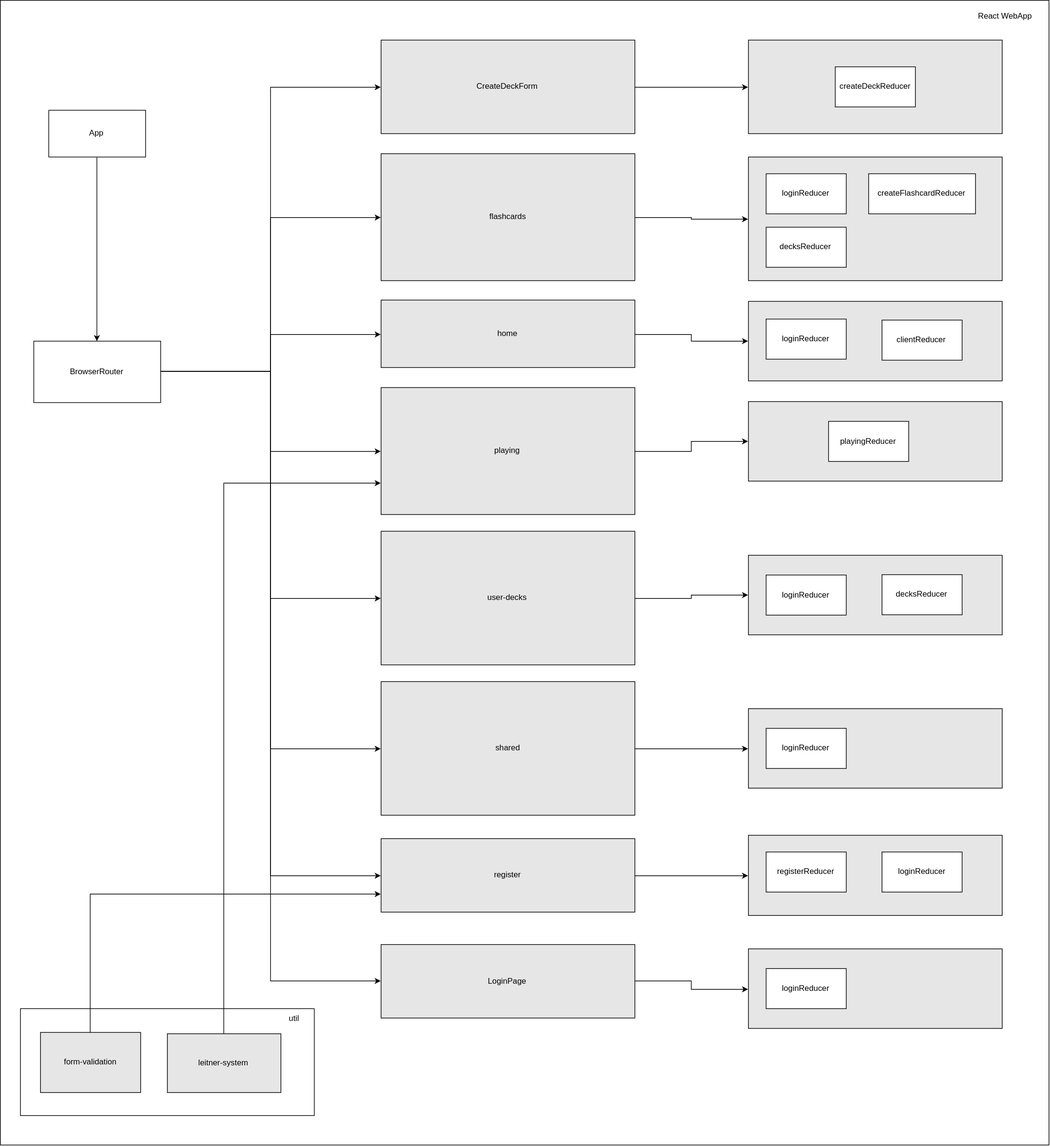
JorisNijkamp1/Apprend keeps this draw.io diagram as Documentatie/C4 model - React Native App Component.svg. Above is the earlier version. Source tidied: cells renumbered, new cells last; positions are measured from the earlier drawing's top-left corner, leaving out a move shared by most shapes.
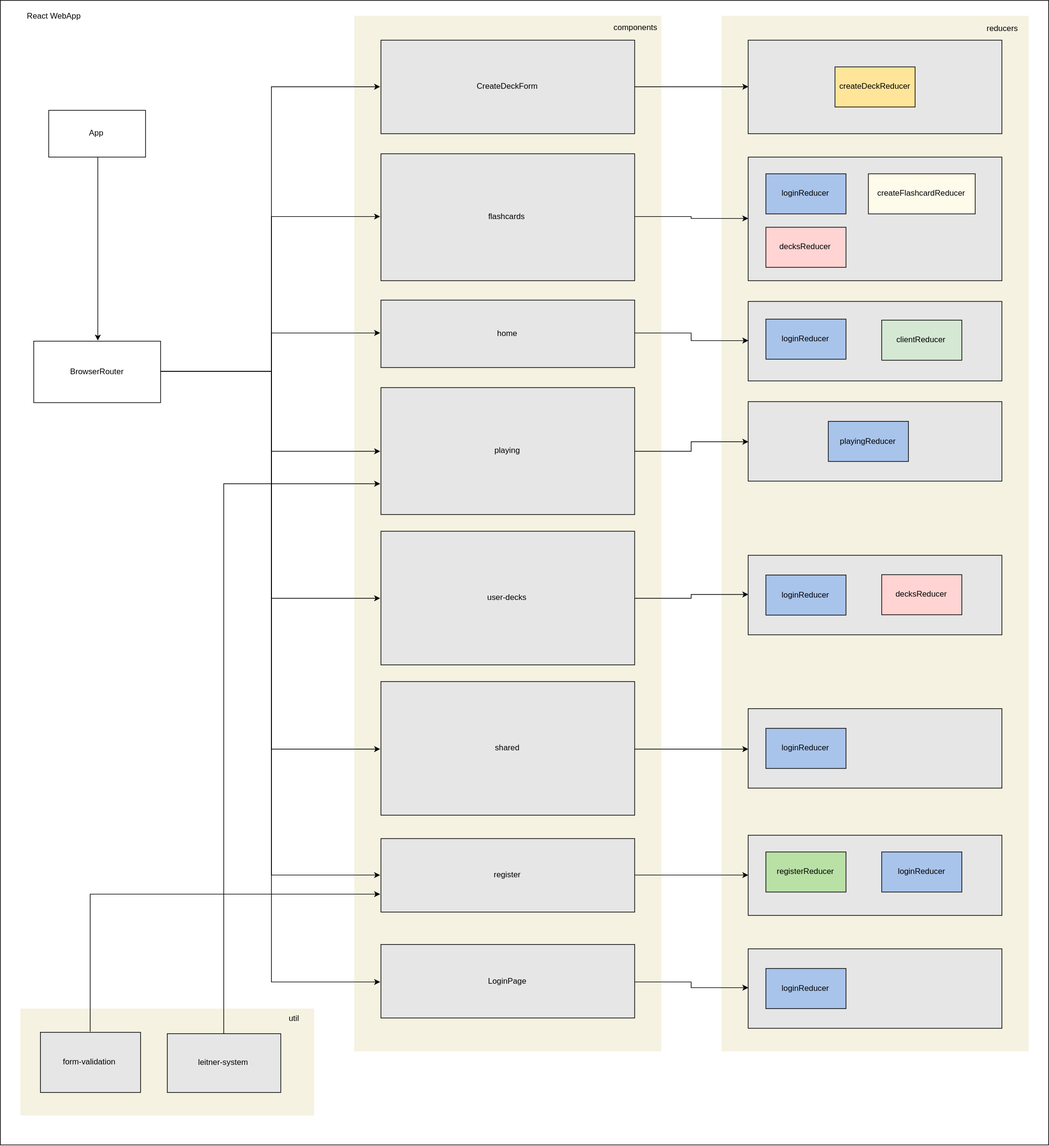
The same file after the commit.

What changed in the source:
```diff
@@ -5,8 +5,14 @@
     <mxCell id="2" style="rounded=0;whiteSpace=wrap;html=1;fillColor=#FFFFFF;" parent="1" vertex="1">
       <mxGeometry width="1570" height="1713" as="geometry" />
     </mxCell>
+    <mxCell id="58" style="rounded=0;whiteSpace=wrap;html=1;fillColor=#F5F2E1;shadow=0;strokeColor=none;" parent="1" vertex="1">
+      <mxGeometry x="1080" y="23" width="460" height="1550" as="geometry" />
+    </mxCell>
+    <mxCell id="59" style="rounded=0;whiteSpace=wrap;html=1;fillColor=#F5F2E1;shadow=0;strokeColor=none;" parent="1" vertex="1">
+      <mxGeometry x="530" y="23" width="460" height="1550" as="geometry" />
+    </mxCell>
     <mxCell id="3" value="React WebApp&lt;br&gt;" style="text;html=1;strokeColor=none;fillColor=none;align=center;verticalAlign=middle;whiteSpace=wrap;rounded=0;" parent="1" vertex="1">
-      <mxGeometry x="1450" y="13" width="110" height="20" as="geometry" />
+      <mxGeometry x="25" y="13" width="110" height="20" as="geometry" />
     </mxCell>
     <mxCell id="4" style="edgeStyle=orthogonalEdgeStyle;rounded=0;jettySize=auto;html=1;exitX=1;exitY=0.5;exitDx=0;exitDy=0;entryX=0;entryY=0.5;entryDx=0;entryDy=0;" parent="1" edge="1" source="5" target="20">
       <mxGeometry relative="1" as="geometry" />
@@ -59,67 +65,67 @@
     <mxCell id="20" style="rounded=0;whiteSpace=wrap;html=1;fillColor=#E6E6E6;" parent="1" vertex="1">
       <mxGeometry x="1120" y="59.5" width="380" height="140" as="geometry" />
     </mxCell>
-    <mxCell id="21" value="createDeckReducer" style="rounded=0;whiteSpace=wrap;html=1;fillColor=#FFFFFF;" parent="1" vertex="1">
+    <mxCell id="21" value="createDeckReducer" style="rounded=0;whiteSpace=wrap;html=1;fillColor=#FFE599;" parent="1" vertex="1">
       <mxGeometry x="1250" y="99.5" width="120" height="60" as="geometry" />
     </mxCell>
     <mxCell id="22" style="rounded=0;whiteSpace=wrap;html=1;fillColor=#E6E6E6;" parent="1" vertex="1">
       <mxGeometry x="1120" y="234.5" width="380" height="185" as="geometry" />
     </mxCell>
-    <mxCell id="23" value="loginReducer" style="rounded=0;whiteSpace=wrap;html=1;fillColor=#FFFFFF;" parent="1" vertex="1">
+    <mxCell id="23" value="loginReducer" style="rounded=0;whiteSpace=wrap;html=1;fillColor=#A9C4EB;" parent="1" vertex="1">
       <mxGeometry x="1146.5" y="259.5" width="120" height="60" as="geometry" />
     </mxCell>
-    <mxCell id="24" value="createFlashcardReducer" style="rounded=0;whiteSpace=wrap;html=1;fillColor=#FFFFFF;" parent="1" vertex="1">
+    <mxCell id="24" value="createFlashcardReducer" style="rounded=0;whiteSpace=wrap;html=1;fillColor=#FFFBEB;" parent="1" vertex="1">
       <mxGeometry x="1300" y="259.5" width="160" height="60" as="geometry" />
     </mxCell>
-    <mxCell id="25" value="decksReducer" style="rounded=0;whiteSpace=wrap;html=1;fillColor=#FFFFFF;" parent="1" vertex="1">
+    <mxCell id="25" value="decksReducer" style="rounded=0;whiteSpace=wrap;html=1;fillColor=#FFD4D2;" parent="1" vertex="1">
       <mxGeometry x="1146.5" y="339.5" width="120" height="60" as="geometry" />
     </mxCell>
     <mxCell id="26" style="rounded=0;whiteSpace=wrap;html=1;fillColor=#E6E6E6;" parent="1" vertex="1">
       <mxGeometry x="1120" y="450.5" width="380" height="119" as="geometry" />
     </mxCell>
-    <mxCell id="27" value="loginReducer" style="rounded=0;whiteSpace=wrap;html=1;fillColor=#FFFFFF;" parent="1" vertex="1">
+    <mxCell id="27" value="loginReducer" style="rounded=0;whiteSpace=wrap;html=1;fillColor=#A9C4EB;" parent="1" vertex="1">
       <mxGeometry x="1146.5" y="477" width="120" height="60" as="geometry" />
     </mxCell>
-    <mxCell id="28" value="clientReducer" style="rounded=0;whiteSpace=wrap;html=1;fillColor=#FFFFFF;" parent="1" vertex="1">
+    <mxCell id="28" value="clientReducer" style="rounded=0;whiteSpace=wrap;html=1;fillColor=#D5E8D4;" parent="1" vertex="1">
       <mxGeometry x="1320" y="478.5" width="120" height="60" as="geometry" />
     </mxCell>
     <mxCell id="29" style="rounded=0;whiteSpace=wrap;html=1;fillColor=#E6E6E6;" parent="1" vertex="1">
       <mxGeometry x="1120" y="600.5" width="380" height="119" as="geometry" />
     </mxCell>
-    <mxCell id="30" value="playingReducer" style="rounded=0;whiteSpace=wrap;html=1;fillColor=#FFFFFF;" parent="1" vertex="1">
+    <mxCell id="30" value="playingReducer" style="rounded=0;whiteSpace=wrap;html=1;fillColor=#A9C4EB;" parent="1" vertex="1">
       <mxGeometry x="1240" y="630" width="120" height="60" as="geometry" />
     </mxCell>
     <mxCell id="31" style="rounded=0;whiteSpace=wrap;html=1;fillColor=#E6E6E6;" parent="1" vertex="1">
       <mxGeometry x="1120" y="1249.5" width="380" height="120" as="geometry" />
     </mxCell>
-    <mxCell id="32" value="loginReducer" style="rounded=0;whiteSpace=wrap;html=1;fillColor=#FFFFFF;" parent="1" vertex="1">
+    <mxCell id="32" value="loginReducer" style="rounded=0;whiteSpace=wrap;html=1;fillColor=#A9C4EB;" parent="1" vertex="1">
       <mxGeometry x="1320" y="1274.5" width="120" height="60" as="geometry" />
     </mxCell>
-    <mxCell id="33" value="registerReducer" style="rounded=0;whiteSpace=wrap;html=1;fillColor=#FFFFFF;" parent="1" vertex="1">
+    <mxCell id="33" value="registerReducer" style="rounded=0;whiteSpace=wrap;html=1;fillColor=#B9E0A5;" parent="1" vertex="1">
       <mxGeometry x="1146.5" y="1274.5" width="120" height="60" as="geometry" />
     </mxCell>
     <mxCell id="34" style="rounded=0;whiteSpace=wrap;html=1;fillColor=#E6E6E6;" parent="1" vertex="1">
       <mxGeometry x="1120" y="830.5" width="380" height="119" as="geometry" />
     </mxCell>
-    <mxCell id="35" value="loginReducer" style="rounded=0;whiteSpace=wrap;html=1;fillColor=#FFFFFF;" parent="1" vertex="1">
+    <mxCell id="35" value="loginReducer" style="rounded=0;whiteSpace=wrap;html=1;fillColor=#A9C4EB;" parent="1" vertex="1">
       <mxGeometry x="1146.5" y="860" width="120" height="60" as="geometry" />
     </mxCell>
-    <mxCell id="36" value="decksReducer" style="rounded=0;whiteSpace=wrap;html=1;fillColor=#FFFFFF;" parent="1" vertex="1">
+    <mxCell id="36" value="decksReducer" style="rounded=0;whiteSpace=wrap;html=1;fillColor=#FFD4D2;" parent="1" vertex="1">
       <mxGeometry x="1320" y="859.5" width="120" height="60" as="geometry" />
     </mxCell>
     <mxCell id="37" style="rounded=0;whiteSpace=wrap;html=1;fillColor=#E6E6E6;" parent="1" vertex="1">
       <mxGeometry x="1120" y="1060" width="380" height="119" as="geometry" />
     </mxCell>
-    <mxCell id="38" value="loginReducer" style="rounded=0;whiteSpace=wrap;html=1;fillColor=#FFFFFF;" parent="1" vertex="1">
+    <mxCell id="38" value="loginReducer" style="rounded=0;whiteSpace=wrap;html=1;fillColor=#A9C4EB;" parent="1" vertex="1">
       <mxGeometry x="1146.5" y="1089.5" width="120" height="60" as="geometry" />
     </mxCell>
     <mxCell id="39" style="rounded=0;whiteSpace=wrap;html=1;fillColor=#E6E6E6;" parent="1" vertex="1">
       <mxGeometry x="1120" y="1419.5" width="380" height="119" as="geometry" />
     </mxCell>
-    <mxCell id="40" value="loginReducer" style="rounded=0;whiteSpace=wrap;html=1;fillColor=#FFFFFF;" parent="1" vertex="1">
+    <mxCell id="40" value="loginReducer" style="rounded=0;whiteSpace=wrap;html=1;fillColor=#A9C4EB;" parent="1" vertex="1">
       <mxGeometry x="1146.5" y="1449" width="120" height="60" as="geometry" />
     </mxCell>
-    <mxCell id="41" style="rounded=0;whiteSpace=wrap;html=1;" parent="1" vertex="1">
+    <mxCell id="41" style="rounded=0;whiteSpace=wrap;html=1;strokeColor=none;fillColor=#F5F2E1;" parent="1" vertex="1">
       <mxGeometry x="30" y="1509" width="440" height="160" as="geometry" />
     </mxCell>
     <mxCell id="42" style="edgeStyle=orthogonalEdgeStyle;rounded=0;jettySize=auto;html=1;exitX=0.5;exitY=0;exitDx=0;exitDy=0;entryX=0;entryY=0.75;entryDx=0;entryDy=0;" parent="1" edge="1" source="43" target="13">
@@ -170,5 +176,11 @@
     <mxCell id="57" value="App" style="rounded=0;whiteSpace=wrap;html=1;fillColor=#FFFFFF;" parent="1" vertex="1">
       <mxGeometry x="72.5" y="164.5" width="145" height="70" as="geometry" />
     </mxCell>
+    <mxCell id="60" value="components" style="text;html=1;strokeColor=none;fillColor=none;align=center;verticalAlign=middle;whiteSpace=wrap;rounded=0;shadow=0;" parent="1" vertex="1">
+      <mxGeometry x="930" y="29.5" width="40" height="20" as="geometry" />
+    </mxCell>
+    <mxCell id="61" value="reducers" style="text;html=1;strokeColor=none;fillColor=none;align=center;verticalAlign=middle;whiteSpace=wrap;rounded=0;shadow=0;" parent="1" vertex="1">
+      <mxGeometry x="1480" y="31" width="40" height="20" as="geometry" />
+    </mxCell>
   </root>
 </mxGraphModel>
```
